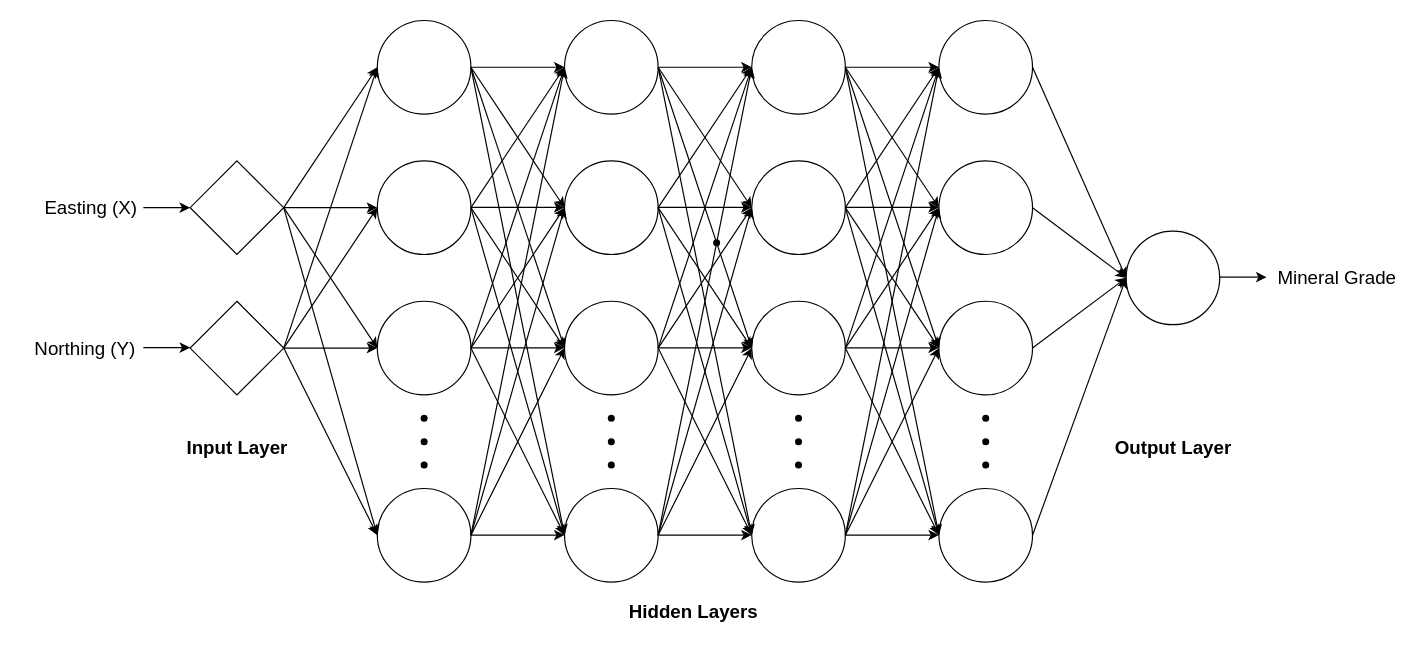
heberallin/ANN_mineralresources keeps this draw.io diagram as Diagrama sin título.drawio. Above is the earlier version. Source tidied: cells renumbered, new cells numbered last; positions are measured from the earlier drawing's top-left corner, leaving out a move shared by most shapes. Both pictures are drawn from the tidied source at 117%, with x=0, y=0 at pixel (20, 20).
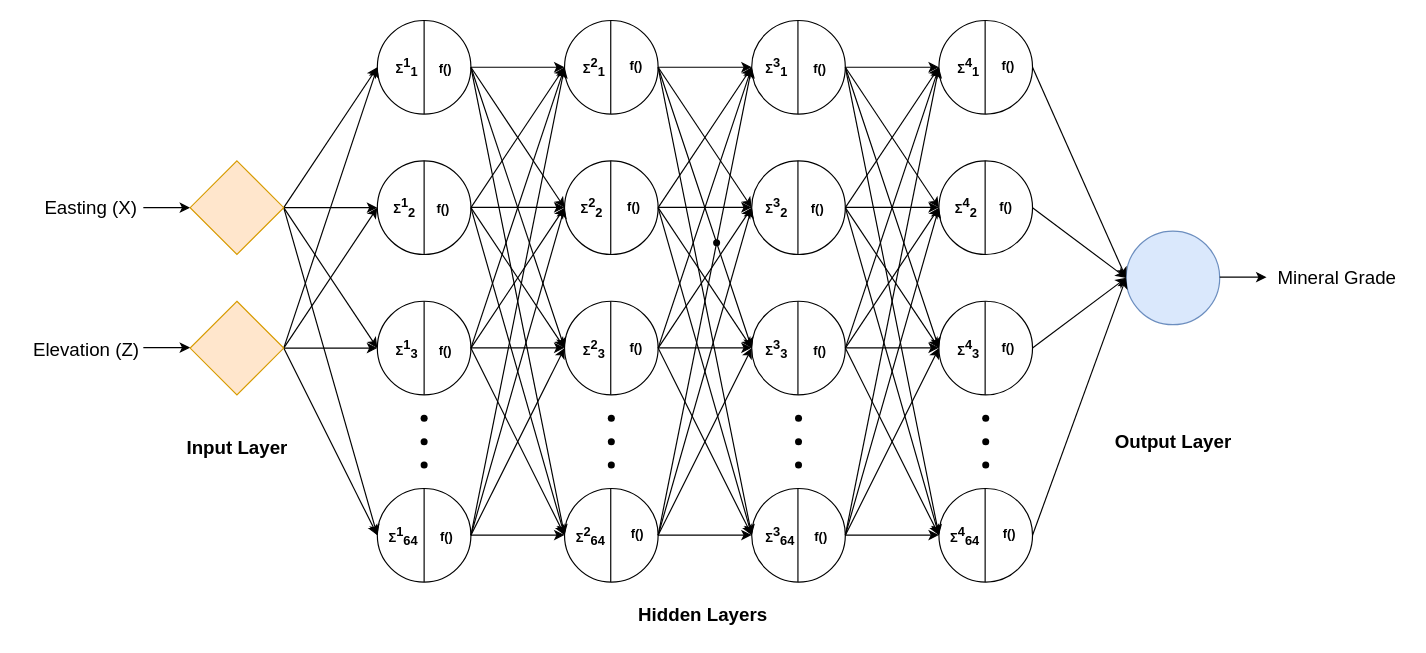
After the change.

The change refers to these unchanged cells:
```xml
<mxCell id="2" style="ellipse;whiteSpace=wrap;html=1;" parent="1" vertex="1">
  <mxGeometry x="305" y="120" width="80" height="80" as="geometry" />
</mxCell>
<mxCell id="3" style="ellipse;whiteSpace=wrap;html=1;" parent="1" vertex="1">
  <mxGeometry x="305" width="80" height="80" as="geometry" />
</mxCell>
<mxCell id="4" style="ellipse;whiteSpace=wrap;html=1;" parent="1" vertex="1">
  <mxGeometry x="305" y="240" width="80" height="80" as="geometry" />
</mxCell>
<mxCell id="5" style="ellipse;whiteSpace=wrap;html=1;" parent="1" vertex="1">
  <mxGeometry x="305" y="400" width="80" height="80" as="geometry" />
</mxCell>
```

The edit, as a diff of the source:
```diff
@@
-    <mxCell id="10" style="ellipse;whiteSpace=wrap;html=1;" parent="1" vertex="1">
+    <mxCell id="10" style="ellipse;whiteSpace=wrap;html=1;fillColor=#dae8fc;strokeColor=#6c8ebf;" parent="1" vertex="1">
       <mxGeometry x="945" y="180" width="80" height="80" as="geometry" />
     </mxCell>
@@
     <mxCell id="96" value="Hidden Layers" style="text;html=1;align=center;verticalAlign=middle;strokeColor=none;fillColor=none;fontSize=16;fontStyle=1;" parent="1" vertex="1">
-      <mxGeometry x="510" y="490" width="130" height="30" as="geometry" />
+      <mxGeometry x="518" y="493" width="130" height="30" as="geometry" />
     </mxCell>
     <mxCell id="97" value="Output Layer" style="text;html=1;align=center;verticalAlign=middle;strokeColor=none;fillColor=none;fontSize=16;fontStyle=1;" parent="1" vertex="1">
-      <mxGeometry x="925" y="350" width="120" height="30" as="geometry" />
+      <mxGeometry x="925" y="345" width="120" height="30" as="geometry" />
     </mxCell>
@@
-    <mxCell id="99" value="Northing (Y)" style="text;html=1;align=center;verticalAlign=middle;strokeColor=none;fillColor=none;fontSize=16;" parent="1" vertex="1">
-      <mxGeometry y="265" width="110" height="30" as="geometry" />
+    <mxCell id="99" value="Elevation (Z)" style="text;html=1;align=center;verticalAlign=middle;strokeColor=none;fillColor=none;fontSize=16;" parent="1" vertex="1">
+      <mxGeometry x="1" y="265" width="109" height="31" as="geometry" />
     </mxCell>
@@
-    <mxCell id="101" style="rhombus;whiteSpace=wrap;html=1;" parent="1" vertex="1">
+    <mxCell id="101" style="rhombus;whiteSpace=wrap;html=1;fillColor=#ffe6cc;strokeColor=#d79b00;" parent="1" vertex="1">
       <mxGeometry x="145" y="120" width="80" height="80" as="geometry" />
     </mxCell>
-    <mxCell id="102" style="rhombus;whiteSpace=wrap;html=1;" parent="1" vertex="1">
+    <mxCell id="102" style="rhombus;whiteSpace=wrap;html=1;fillColor=#ffe6cc;strokeColor=#d79b00;" parent="1" vertex="1">
       <mxGeometry x="145" y="240" width="80" height="80" as="geometry" />
     </mxCell>
+    <mxCell id="103" style="endArrow=none;html=1;rounded=0;entryX=0.5;entryY=0;entryDx=0;entryDy=0;exitX=0.5;exitY=1;exitDx=0;exitDy=0;" parent="1" edge="1" source="3" target="3">
+      <mxGeometry relative="1" as="geometry" />
+    </mxCell>
+    <mxCell id="104" style="endArrow=none;html=1;rounded=0;exitX=0.5;exitY=1;exitDx=0;exitDy=0;entryX=0.5;entryY=0;entryDx=0;entryDy=0;" parent="1" edge="1" source="2" target="2">
+      <mxGeometry relative="1" as="geometry" />
+    </mxCell>
+    <mxCell id="105" style="endArrow=none;html=1;rounded=0;exitX=0.5;exitY=1;exitDx=0;exitDy=0;entryX=0.5;entryY=0;entryDx=0;entryDy=0;" parent="1" edge="1" source="4" target="4">
+      <mxGeometry relative="1" as="geometry" />
+    </mxCell>
+    <mxCell id="106" style="endArrow=none;html=1;rounded=0;exitX=0.5;exitY=1;exitDx=0;exitDy=0;entryX=0.5;entryY=0;entryDx=0;entryDy=0;" parent="1" edge="1" source="5" target="5">
+      <mxGeometry relative="1" as="geometry" />
+    </mxCell>
+    <mxCell id="107" style="endArrow=none;html=1;rounded=0;entryX=0.5;entryY=0;entryDx=0;entryDy=0;exitX=0.5;exitY=1;exitDx=0;exitDy=0;" parent="1" edge="1">
+      <mxGeometry relative="1" as="geometry">
+        <mxPoint x="504.5" y="80" as="sourcePoint" />
+        <mxPoint x="504.5" as="targetPoint" />
+      </mxGeometry>
+    </mxCell>
+    <mxCell id="108" style="endArrow=none;html=1;rounded=0;exitX=0.5;exitY=1;exitDx=0;exitDy=0;entryX=0.5;entryY=0;entryDx=0;entryDy=0;" parent="1" edge="1">
+      <mxGeometry relative="1" as="geometry">
+        <mxPoint x="504.5" y="200" as="sourcePoint" />
+        <mxPoint x="504.5" y="120" as="targetPoint" />
+      </mxGeometry>
+    </mxCell>
+    <mxCell id="109" style="endArrow=none;html=1;rounded=0;exitX=0.5;exitY=1;exitDx=0;exitDy=0;entryX=0.5;entryY=0;entryDx=0;entryDy=0;" parent="1" edge="1">
+      <mxGeometry relative="1" as="geometry">
+        <mxPoint x="504.5" y="320" as="sourcePoint" />
+        <mxPoint x="504.5" y="240" as="targetPoint" />
+      </mxGeometry>
+    </mxCell>
+    <mxCell id="110" style="endArrow=none;html=1;rounded=0;exitX=0.5;exitY=1;exitDx=0;exitDy=0;entryX=0.5;entryY=0;entryDx=0;entryDy=0;" parent="1" edge="1">
+      <mxGeometry relative="1" as="geometry">
+        <mxPoint x="504.5" y="480" as="sourcePoint" />
+        <mxPoint x="504.5" y="400" as="targetPoint" />
+      </mxGeometry>
+    </mxCell>
+    <mxCell id="111" style="endArrow=none;html=1;rounded=0;entryX=0.5;entryY=0;entryDx=0;entryDy=0;exitX=0.5;exitY=1;exitDx=0;exitDy=0;" parent="1" edge="1">
+      <mxGeometry relative="1" as="geometry">
+        <mxPoint x="664.5" y="80" as="sourcePoint" />
+        <mxPoint x="664.5" as="targetPoint" />
+      </mxGeometry>
+    </mxCell>
+    <mxCell id="112" style="endArrow=none;html=1;rounded=0;exitX=0.5;exitY=1;exitDx=0;exitDy=0;entryX=0.5;entryY=0;entryDx=0;entryDy=0;" parent="1" edge="1">
+      <mxGeometry relative="1" as="geometry">
+        <mxPoint x="664.5" y="200" as="sourcePoint" />
+        <mxPoint x="664.5" y="120" as="targetPoint" />
+      </mxGeometry>
+    </mxCell>
+    <mxCell id="113" style="endArrow=none;html=1;rounded=0;exitX=0.5;exitY=1;exitDx=0;exitDy=0;entryX=0.5;entryY=0;entryDx=0;entryDy=0;" parent="1" edge="1">
+      <mxGeometry relative="1" as="geometry">
+        <mxPoint x="664.5" y="320" as="sourcePoint" />
+        <mxPoint x="664.5" y="240" as="targetPoint" />
+      </mxGeometry>
+    </mxCell>
+    <mxCell id="114" style="endArrow=none;html=1;rounded=0;exitX=0.5;exitY=1;exitDx=0;exitDy=0;entryX=0.5;entryY=0;entryDx=0;entryDy=0;" parent="1" edge="1">
+      <mxGeometry relative="1" as="geometry">
+        <mxPoint x="664.5" y="480" as="sourcePoint" />
+        <mxPoint x="664.5" y="400" as="targetPoint" />
+      </mxGeometry>
+    </mxCell>
+    <mxCell id="115" style="endArrow=none;html=1;rounded=0;entryX=0.5;entryY=0;entryDx=0;entryDy=0;exitX=0.5;exitY=1;exitDx=0;exitDy=0;" parent="1" edge="1">
+      <mxGeometry relative="1" as="geometry">
+        <mxPoint x="824.5" y="80" as="sourcePoint" />
+        <mxPoint x="824.5" as="targetPoint" />
+      </mxGeometry>
+    </mxCell>
+    <mxCell id="116" style="endArrow=none;html=1;rounded=0;exitX=0.5;exitY=1;exitDx=0;exitDy=0;entryX=0.5;entryY=0;entryDx=0;entryDy=0;" parent="1" edge="1">
+      <mxGeometry relative="1" as="geometry">
+        <mxPoint x="824.5" y="200" as="sourcePoint" />
+        <mxPoint x="824.5" y="120" as="targetPoint" />
+      </mxGeometry>
+    </mxCell>
+    <mxCell id="117" style="endArrow=none;html=1;rounded=0;exitX=0.5;exitY=1;exitDx=0;exitDy=0;entryX=0.5;entryY=0;entryDx=0;entryDy=0;" parent="1" edge="1">
+      <mxGeometry relative="1" as="geometry">
+        <mxPoint x="824.5" y="320" as="sourcePoint" />
+        <mxPoint x="824.5" y="240" as="targetPoint" />
+      </mxGeometry>
+    </mxCell>
+    <mxCell id="118" style="endArrow=none;html=1;rounded=0;exitX=0.5;exitY=1;exitDx=0;exitDy=0;entryX=0.5;entryY=0;entryDx=0;entryDy=0;" parent="1" edge="1">
+      <mxGeometry relative="1" as="geometry">
+        <mxPoint x="824.5" y="480" as="sourcePoint" />
+        <mxPoint x="824.5" y="400" as="targetPoint" />
+      </mxGeometry>
+    </mxCell>
+    <mxCell id="119" value="&lt;font style=&quot;font-size: 11px;&quot;&gt;&lt;b style=&quot;font-size: 11px;&quot;&gt;&lt;span style=&quot;font-size: 11px;&quot;&gt;Σ&lt;sup style=&quot;font-size: 11px;&quot;&gt;1&lt;/sup&gt;&lt;/span&gt;&lt;span style=&quot;font-size: 11px;&quot;&gt;&lt;sub style=&quot;font-size: 11px;&quot;&gt;1&lt;/sub&gt;&lt;/span&gt;&lt;/b&gt;&lt;/font&gt;" style="text;html=1;align=center;verticalAlign=middle;strokeColor=none;fillColor=none;fontSize=11;" parent="1" vertex="1">
+      <mxGeometry x="311" y="23.5" width="37" height="33" as="geometry" />
+    </mxCell>
+    <mxCell id="120" value="&lt;font style=&quot;font-size: 11px;&quot;&gt;&lt;b style=&quot;font-size: 11px;&quot;&gt;&lt;span style=&quot;font-size: 11px;&quot;&gt;Σ&lt;sup style=&quot;font-size: 11px;&quot;&gt;1&lt;/sup&gt;&lt;/span&gt;&lt;span style=&quot;font-size: 11px;&quot;&gt;&lt;sub style=&quot;font-size: 11px;&quot;&gt;2&lt;/sub&gt;&lt;/span&gt;&lt;/b&gt;&lt;/font&gt;" style="text;html=1;align=center;verticalAlign=middle;strokeColor=none;fillColor=none;fontSize=11;" parent="1" vertex="1">
+      <mxGeometry x="309" y="143.5" width="37" height="33" as="geometry" />
+    </mxCell>
+    <mxCell id="121" value="&lt;font style=&quot;font-size: 11px;&quot;&gt;&lt;b style=&quot;font-size: 11px;&quot;&gt;&lt;span style=&quot;font-size: 11px;&quot;&gt;Σ&lt;sup style=&quot;font-size: 11px;&quot;&gt;1&lt;/sup&gt;&lt;/span&gt;&lt;span style=&quot;font-size: 11px;&quot;&gt;&lt;sub style=&quot;font-size: 11px;&quot;&gt;3&lt;/sub&gt;&lt;/span&gt;&lt;/b&gt;&lt;/font&gt;" style="text;html=1;align=center;verticalAlign=middle;strokeColor=none;fillColor=none;fontSize=11;" parent="1" vertex="1">
+      <mxGeometry x="311" y="264" width="37" height="33" as="geometry" />
+    </mxCell>
+    <mxCell id="122" value="&lt;font style=&quot;font-size: 11px;&quot;&gt;&lt;b style=&quot;font-size: 11px;&quot;&gt;&lt;span style=&quot;font-size: 11px;&quot;&gt;Σ&lt;sup style=&quot;font-size: 11px;&quot;&gt;1&lt;/sup&gt;&lt;/span&gt;&lt;sub style=&quot;font-size: 11px;&quot;&gt;&lt;font style=&quot;font-size: 11px;&quot;&gt;64&lt;/font&gt;&lt;/sub&gt;&lt;/b&gt;&lt;/font&gt;" style="text;html=1;align=center;verticalAlign=middle;strokeColor=none;fillColor=none;fontSize=11;" parent="1" vertex="1">
+      <mxGeometry x="305" y="424.5" width="43" height="33" as="geometry" />
+    </mxCell>
+    <mxCell id="123" value="&lt;font style=&quot;font-size: 11px;&quot;&gt;&lt;b style=&quot;font-size: 11px;&quot;&gt;&lt;span style=&quot;font-size: 11px;&quot;&gt;Σ&lt;sup style=&quot;font-size: 11px;&quot;&gt;2&lt;/sup&gt;&lt;/span&gt;&lt;span style=&quot;font-size: 11px;&quot;&gt;&lt;sub style=&quot;font-size: 11px;&quot;&gt;1&lt;/sub&gt;&lt;/span&gt;&lt;/b&gt;&lt;/font&gt;" style="text;html=1;align=center;verticalAlign=middle;strokeColor=none;fillColor=none;fontSize=11;" parent="1" vertex="1">
+      <mxGeometry x="471" y="23.5" width="37" height="33" as="geometry" />
+    </mxCell>
+    <mxCell id="124" value="&lt;font style=&quot;font-size: 11px;&quot;&gt;&lt;b style=&quot;font-size: 11px;&quot;&gt;&lt;span style=&quot;font-size: 11px;&quot;&gt;Σ&lt;sup style=&quot;font-size: 11px;&quot;&gt;2&lt;/sup&gt;&lt;/span&gt;&lt;span style=&quot;font-size: 11px;&quot;&gt;&lt;sub style=&quot;font-size: 11px;&quot;&gt;2&lt;/sub&gt;&lt;/span&gt;&lt;/b&gt;&lt;/font&gt;" style="text;html=1;align=center;verticalAlign=middle;strokeColor=none;fillColor=none;fontSize=11;" parent="1" vertex="1">
+      <mxGeometry x="469" y="143.5" width="37" height="33" as="geometry" />
+    </mxCell>
+    <mxCell id="125" value="&lt;font style=&quot;font-size: 11px;&quot;&gt;&lt;b style=&quot;font-size: 11px;&quot;&gt;&lt;span style=&quot;font-size: 11px;&quot;&gt;Σ&lt;sup style=&quot;font-size: 11px;&quot;&gt;2&lt;/sup&gt;&lt;/span&gt;&lt;span style=&quot;font-size: 11px;&quot;&gt;&lt;sub style=&quot;font-size: 11px;&quot;&gt;3&lt;/sub&gt;&lt;/span&gt;&lt;/b&gt;&lt;/font&gt;" style="text;html=1;align=center;verticalAlign=middle;strokeColor=none;fillColor=none;fontSize=11;" parent="1" vertex="1">
+      <mxGeometry x="471" y="264" width="37" height="33" as="geometry" />
+    </mxCell>
+    <mxCell id="126" value="&lt;font style=&quot;font-size: 11px;&quot;&gt;&lt;b style=&quot;font-size: 11px;&quot;&gt;&lt;span style=&quot;font-size: 11px;&quot;&gt;Σ&lt;sup style=&quot;font-size: 11px;&quot;&gt;2&lt;/sup&gt;&lt;/span&gt;&lt;sub style=&quot;font-size: 11px;&quot;&gt;&lt;font style=&quot;font-size: 11px;&quot;&gt;64&lt;/font&gt;&lt;/sub&gt;&lt;/b&gt;&lt;/font&gt;" style="text;html=1;align=center;verticalAlign=middle;strokeColor=none;fillColor=none;fontSize=11;" parent="1" vertex="1">
+      <mxGeometry x="465" y="424.5" width="43" height="33" as="geometry" />
+    </mxCell>
+    <mxCell id="127" value="&lt;font style=&quot;font-size: 11px;&quot;&gt;&lt;b style=&quot;font-size: 11px;&quot;&gt;&lt;span style=&quot;font-size: 11px;&quot;&gt;Σ&lt;sup style=&quot;font-size: 11px;&quot;&gt;3&lt;/sup&gt;&lt;/span&gt;&lt;span style=&quot;font-size: 11px;&quot;&gt;&lt;sub style=&quot;font-size: 11px;&quot;&gt;1&lt;/sub&gt;&lt;/span&gt;&lt;/b&gt;&lt;/font&gt;" style="text;html=1;align=center;verticalAlign=middle;strokeColor=none;fillColor=none;fontSize=11;" parent="1" vertex="1">
+      <mxGeometry x="627" y="23.5" width="37" height="33" as="geometry" />
+    </mxCell>
+    <mxCell id="128" value="&lt;font style=&quot;font-size: 11px;&quot;&gt;&lt;b style=&quot;font-size: 11px;&quot;&gt;&lt;span style=&quot;font-size: 11px;&quot;&gt;Σ&lt;sup style=&quot;font-size: 11px;&quot;&gt;3&lt;/sup&gt;&lt;/span&gt;&lt;span style=&quot;font-size: 11px;&quot;&gt;&lt;sub style=&quot;font-size: 11px;&quot;&gt;2&lt;/sub&gt;&lt;/span&gt;&lt;/b&gt;&lt;/font&gt;" style="text;html=1;align=center;verticalAlign=middle;strokeColor=none;fillColor=none;fontSize=11;" parent="1" vertex="1">
+      <mxGeometry x="627" y="143.5" width="37" height="33" as="geometry" />
+    </mxCell>
+    <mxCell id="129" value="&lt;font style=&quot;font-size: 11px;&quot;&gt;&lt;b style=&quot;font-size: 11px;&quot;&gt;&lt;span style=&quot;font-size: 11px;&quot;&gt;Σ&lt;sup style=&quot;font-size: 11px;&quot;&gt;3&lt;/sup&gt;&lt;/span&gt;&lt;span style=&quot;font-size: 11px;&quot;&gt;&lt;sub style=&quot;font-size: 11px;&quot;&gt;3&lt;/sub&gt;&lt;/span&gt;&lt;/b&gt;&lt;/font&gt;" style="text;html=1;align=center;verticalAlign=middle;strokeColor=none;fillColor=none;fontSize=11;" parent="1" vertex="1">
+      <mxGeometry x="627" y="264" width="37" height="33" as="geometry" />
+    </mxCell>
+    <mxCell id="130" value="&lt;font style=&quot;font-size: 11px;&quot;&gt;&lt;b style=&quot;font-size: 11px;&quot;&gt;&lt;span style=&quot;font-size: 11px;&quot;&gt;Σ&lt;sup style=&quot;font-size: 11px;&quot;&gt;3&lt;/sup&gt;&lt;/span&gt;&lt;sub style=&quot;font-size: 11px;&quot;&gt;&lt;font style=&quot;font-size: 11px;&quot;&gt;64&lt;/font&gt;&lt;/sub&gt;&lt;/b&gt;&lt;/font&gt;" style="text;html=1;align=center;verticalAlign=middle;strokeColor=none;fillColor=none;fontSize=11;" parent="1" vertex="1">
+      <mxGeometry x="627" y="424.5" width="43" height="33" as="geometry" />
+    </mxCell>
+    <mxCell id="131" value="&lt;font style=&quot;font-size: 11px;&quot;&gt;&lt;b style=&quot;font-size: 11px;&quot;&gt;&lt;span style=&quot;font-size: 11px;&quot;&gt;Σ&lt;sup style=&quot;font-size: 11px;&quot;&gt;4&lt;/sup&gt;&lt;/span&gt;&lt;span style=&quot;font-size: 11px;&quot;&gt;&lt;sub style=&quot;font-size: 11px;&quot;&gt;1&lt;/sub&gt;&lt;/span&gt;&lt;/b&gt;&lt;/font&gt;" style="text;html=1;align=center;verticalAlign=middle;strokeColor=none;fillColor=none;fontSize=11;" parent="1" vertex="1">
+      <mxGeometry x="791" y="23.5" width="37" height="33" as="geometry" />
+    </mxCell>
+    <mxCell id="132" value="&lt;font style=&quot;font-size: 11px;&quot;&gt;&lt;b style=&quot;font-size: 11px;&quot;&gt;&lt;span style=&quot;font-size: 11px;&quot;&gt;Σ&lt;sup style=&quot;font-size: 11px;&quot;&gt;4&lt;/sup&gt;&lt;/span&gt;&lt;span style=&quot;font-size: 11px;&quot;&gt;&lt;sub style=&quot;font-size: 11px;&quot;&gt;2&lt;/sub&gt;&lt;/span&gt;&lt;/b&gt;&lt;/font&gt;" style="text;html=1;align=center;verticalAlign=middle;strokeColor=none;fillColor=none;fontSize=11;" parent="1" vertex="1">
+      <mxGeometry x="789" y="143.5" width="37" height="33" as="geometry" />
+    </mxCell>
+    <mxCell id="133" value="&lt;font style=&quot;font-size: 11px;&quot;&gt;&lt;b style=&quot;font-size: 11px;&quot;&gt;&lt;span style=&quot;font-size: 11px;&quot;&gt;Σ&lt;sup style=&quot;font-size: 11px;&quot;&gt;4&lt;/sup&gt;&lt;/span&gt;&lt;span style=&quot;font-size: 11px;&quot;&gt;&lt;sub style=&quot;font-size: 11px;&quot;&gt;3&lt;/sub&gt;&lt;/span&gt;&lt;/b&gt;&lt;/font&gt;" style="text;html=1;align=center;verticalAlign=middle;strokeColor=none;fillColor=none;fontSize=11;" parent="1" vertex="1">
+      <mxGeometry x="791" y="264" width="37" height="33" as="geometry" />
+    </mxCell>
+    <mxCell id="134" value="&lt;font style=&quot;font-size: 11px;&quot;&gt;&lt;b style=&quot;font-size: 11px;&quot;&gt;&lt;span style=&quot;font-size: 11px;&quot;&gt;Σ&lt;sup style=&quot;font-size: 11px;&quot;&gt;4&lt;/sup&gt;&lt;/span&gt;&lt;sub style=&quot;font-size: 11px;&quot;&gt;&lt;font style=&quot;font-size: 11px;&quot;&gt;64&lt;/font&gt;&lt;/sub&gt;&lt;/b&gt;&lt;/font&gt;" style="text;html=1;align=center;verticalAlign=middle;strokeColor=none;fillColor=none;fontSize=11;" parent="1" vertex="1">
+      <mxGeometry x="785" y="424.5" width="43" height="33" as="geometry" />
+    </mxCell>
+    <mxCell id="135" value="&lt;span style=&quot;font-size: 11px;&quot;&gt;&lt;b style=&quot;font-size: 11px;&quot;&gt;f()&lt;/b&gt;&lt;/span&gt;" style="text;html=1;align=center;verticalAlign=middle;strokeColor=none;fillColor=none;fontSize=11;" parent="1" vertex="1">
+      <mxGeometry x="348" y="28.5" width="29" height="25" as="geometry" />
+    </mxCell>
+    <mxCell id="136" value="&lt;b style=&quot;border-color: var(--border-color); font-size: 11px;&quot;&gt;f()&lt;/b&gt;" style="text;html=1;align=center;verticalAlign=middle;strokeColor=none;fillColor=none;fontSize=11;" parent="1" vertex="1">
+      <mxGeometry x="346" y="148.5" width="29" height="25" as="geometry" />
+    </mxCell>
+    <mxCell id="137" value="&lt;b style=&quot;border-color: var(--border-color); font-size: 11px;&quot;&gt;f()&lt;/b&gt;" style="text;html=1;align=center;verticalAlign=middle;strokeColor=none;fillColor=none;fontSize=11;" parent="1" vertex="1">
+      <mxGeometry x="348" y="269" width="29" height="25" as="geometry" />
+    </mxCell>
+    <mxCell id="138" value="&lt;b style=&quot;border-color: var(--border-color); font-size: 11px;&quot;&gt;f()&lt;/b&gt;" style="text;html=1;align=center;verticalAlign=middle;strokeColor=none;fillColor=none;fontSize=11;" parent="1" vertex="1">
+      <mxGeometry x="349" y="428.5" width="29" height="25" as="geometry" />
+    </mxCell>
+    <mxCell id="139" value="&lt;span style=&quot;font-size: 11px;&quot;&gt;&lt;b style=&quot;font-size: 11px;&quot;&gt;f()&lt;/b&gt;&lt;/span&gt;" style="text;html=1;align=center;verticalAlign=middle;strokeColor=none;fillColor=none;fontSize=11;" parent="1" vertex="1">
+      <mxGeometry x="511" y="26.5" width="29" height="25" as="geometry" />
+    </mxCell>
+    <mxCell id="140" value="&lt;b style=&quot;border-color: var(--border-color); font-size: 11px;&quot;&gt;f()&lt;/b&gt;" style="text;html=1;align=center;verticalAlign=middle;strokeColor=none;fillColor=none;fontSize=11;" parent="1" vertex="1">
+      <mxGeometry x="509" y="146.5" width="29" height="25" as="geometry" />
+    </mxCell>
+    <mxCell id="141" value="&lt;b style=&quot;border-color: var(--border-color); font-size: 11px;&quot;&gt;f()&lt;/b&gt;" style="text;html=1;align=center;verticalAlign=middle;strokeColor=none;fillColor=none;fontSize=11;" parent="1" vertex="1">
+      <mxGeometry x="511" y="267" width="29" height="25" as="geometry" />
+    </mxCell>
+    <mxCell id="142" value="&lt;b style=&quot;border-color: var(--border-color); font-size: 11px;&quot;&gt;f()&lt;/b&gt;" style="text;html=1;align=center;verticalAlign=middle;strokeColor=none;fillColor=none;fontSize=11;" parent="1" vertex="1">
+      <mxGeometry x="512" y="426.5" width="29" height="25" as="geometry" />
+    </mxCell>
+    <mxCell id="143" value="&lt;span style=&quot;font-size: 11px;&quot;&gt;&lt;b style=&quot;font-size: 11px;&quot;&gt;f()&lt;/b&gt;&lt;/span&gt;" style="text;html=1;align=center;verticalAlign=middle;strokeColor=none;fillColor=none;fontSize=11;" parent="1" vertex="1">
+      <mxGeometry x="668" y="28.5" width="29" height="25" as="geometry" />
+    </mxCell>
+    <mxCell id="144" value="&lt;b style=&quot;border-color: var(--border-color); font-size: 11px;&quot;&gt;f()&lt;/b&gt;" style="text;html=1;align=center;verticalAlign=middle;strokeColor=none;fillColor=none;fontSize=11;" parent="1" vertex="1">
+      <mxGeometry x="666" y="148.5" width="29" height="25" as="geometry" />
+    </mxCell>
+    <mxCell id="145" value="&lt;b style=&quot;border-color: var(--border-color); font-size: 11px;&quot;&gt;f()&lt;/b&gt;" style="text;html=1;align=center;verticalAlign=middle;strokeColor=none;fillColor=none;fontSize=11;" parent="1" vertex="1">
+      <mxGeometry x="668" y="269" width="29" height="25" as="geometry" />
+    </mxCell>
+    <mxCell id="146" value="&lt;b style=&quot;border-color: var(--border-color); font-size: 11px;&quot;&gt;f()&lt;/b&gt;" style="text;html=1;align=center;verticalAlign=middle;strokeColor=none;fillColor=none;fontSize=11;" parent="1" vertex="1">
+      <mxGeometry x="669" y="428.5" width="29" height="25" as="geometry" />
+    </mxCell>
+    <mxCell id="147" value="&lt;span style=&quot;font-size: 11px;&quot;&gt;&lt;b style=&quot;font-size: 11px;&quot;&gt;f()&lt;/b&gt;&lt;/span&gt;" style="text;html=1;align=center;verticalAlign=middle;strokeColor=none;fillColor=none;fontSize=11;" parent="1" vertex="1">
+      <mxGeometry x="829" y="26.5" width="29" height="25" as="geometry" />
+    </mxCell>
+    <mxCell id="148" value="&lt;b style=&quot;border-color: var(--border-color); font-size: 11px;&quot;&gt;f()&lt;/b&gt;" style="text;html=1;align=center;verticalAlign=middle;strokeColor=none;fillColor=none;fontSize=11;" parent="1" vertex="1">
+      <mxGeometry x="827" y="146.5" width="29" height="25" as="geometry" />
+    </mxCell>
+    <mxCell id="149" value="&lt;b style=&quot;border-color: var(--border-color); font-size: 11px;&quot;&gt;f()&lt;/b&gt;" style="text;html=1;align=center;verticalAlign=middle;strokeColor=none;fillColor=none;fontSize=11;" parent="1" vertex="1">
+      <mxGeometry x="829" y="267" width="29" height="25" as="geometry" />
+    </mxCell>
+    <mxCell id="150" value="&lt;b style=&quot;border-color: var(--border-color); font-size: 11px;&quot;&gt;f()&lt;/b&gt;" style="text;html=1;align=center;verticalAlign=middle;strokeColor=none;fillColor=none;fontSize=11;" parent="1" vertex="1">
+      <mxGeometry x="830" y="426.5" width="29" height="25" as="geometry" />
+    </mxCell>
```
